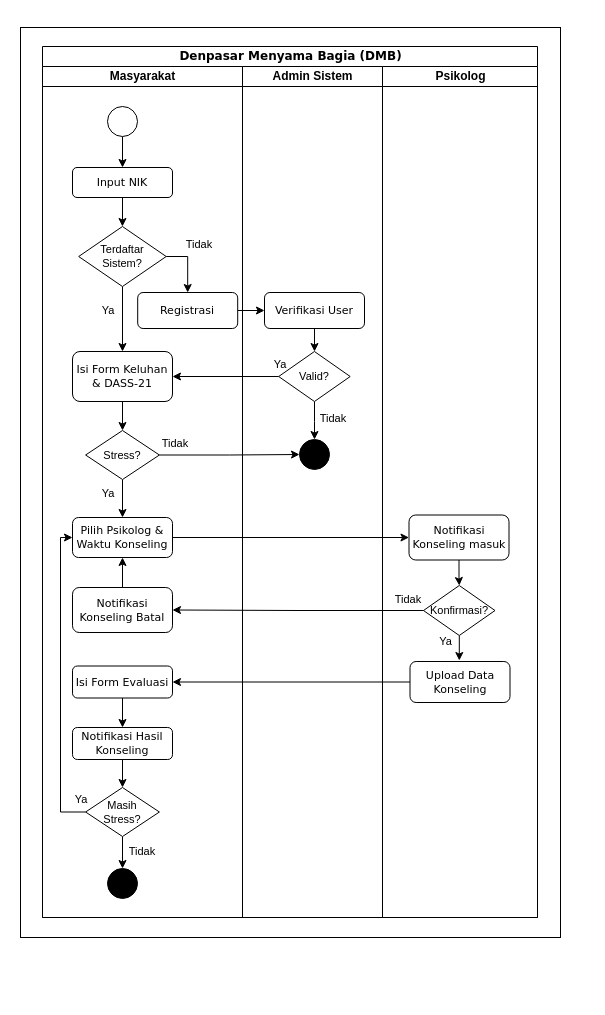
zeneight/drawio keeps this draw.io diagram as env_designs/dactivity_dmb.drawio. Above is the earlier version. Source tidied: cells renumbered, new cells numbered last; positions are measured from the earlier drawing's top-left corner, leaving out a move shared by most shapes. Both pictures are drawn from the tidied source at 100%, with x=0, y=0 at pixel (20, 27).
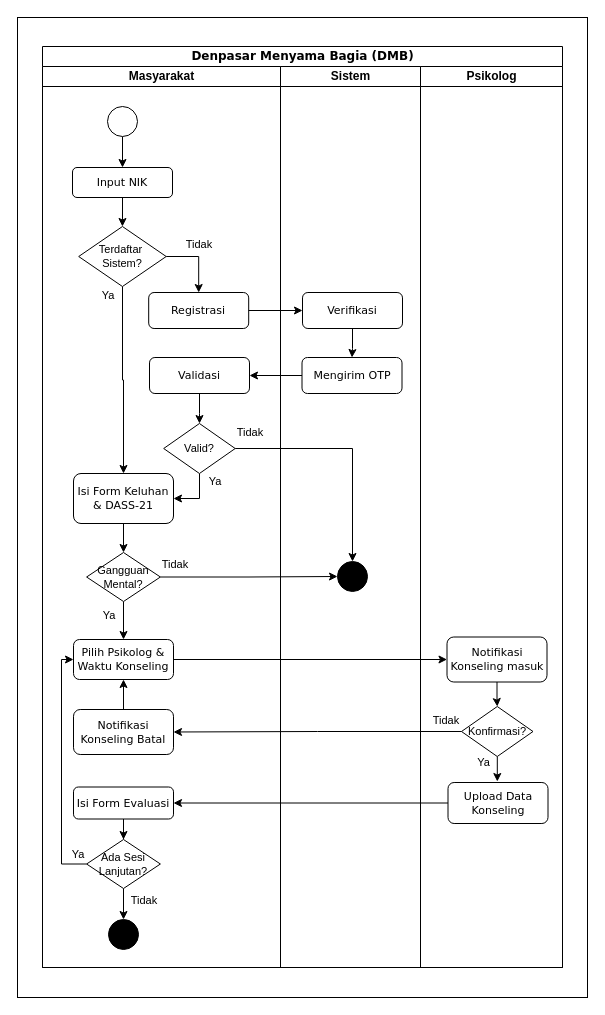
Above is the later version.

Diff of the diagram source:
```diff
@@
     <mxCell id="2" style="rounded=0;whiteSpace=wrap;html=1;fillColor=none;" parent="1" vertex="1">
-      <mxGeometry width="540" height="910" as="geometry" />
+      <mxGeometry x="-3" y="-10" width="570" height="980" as="geometry" />
     </mxCell>
     <mxCell id="3" value="&lt;font style=&quot;font-size: 12px;&quot;&gt;Denpasar Menyama Bagia (DMB)&lt;/font&gt;" style="swimlane;html=1;startSize=20;rounded=0;shadow=0;labelBackgroundColor=none;strokeWidth=1;fontFamily=Verdana;fontSize=8;align=center;" parent="1" vertex="1">
-      <mxGeometry x="22" y="19" width="495" height="871" as="geometry" />
+      <mxGeometry x="22" y="19" width="520" height="921" as="geometry" />
     </mxCell>
     <mxCell id="4" value="Masyarakat" style="swimlane;html=1;startSize=20;" parent="3" vertex="1">
-      <mxGeometry y="20" width="200" height="851" as="geometry" />
+      <mxGeometry y="20" width="238" height="901" as="geometry" />
     </mxCell>
@@
-    <mxCell id="9" style="edgeStyle=orthogonalEdgeStyle;rounded=0;jettySize=auto;html=1;" parent="4" edge="1" source="10" target="32">
-      <mxGeometry relative="1" as="geometry" />
-    </mxCell>
     <mxCell id="10" value="&lt;font style=&quot;font-size: 11px;&quot;&gt;Isi Form Evaluasi&lt;/font&gt;" style="rounded=1;whiteSpace=wrap;html=1;shadow=0;labelBackgroundColor=none;strokeWidth=1;fontFamily=Verdana;fontSize=8;align=center;" parent="4" vertex="1">
-      <mxGeometry x="30" y="599.5" width="100" height="32" as="geometry" />
+      <mxGeometry x="31" y="720.5" width="100" height="32" as="geometry" />
     </mxCell>
@@
     <mxCell id="12" value="&lt;font style=&quot;font-size: 11px;&quot;&gt;Isi Form Keluhan &amp;amp; DASS-21&lt;br&gt;&lt;/font&gt;" style="rounded=1;whiteSpace=wrap;html=1;shadow=0;labelBackgroundColor=none;strokeWidth=1;fontFamily=Verdana;fontSize=8;align=center;" parent="4" vertex="1">
-      <mxGeometry x="30" y="285" width="100" height="50" as="geometry" />
+      <mxGeometry x="31" y="407" width="100" height="50" as="geometry" />
     </mxCell>
@@
     <mxCell id="14" style="edgeStyle=orthogonalEdgeStyle;rounded=0;jettySize=auto;html=1;entryX=0.5;entryY=0;entryDx=0;entryDy=0;" parent="4" edge="1" source="15" target="16">
       <mxGeometry relative="1" as="geometry">
         <Array as="points">
-          <mxPoint x="145" y="190" />
+          <mxPoint x="156" y="190" />
         </Array>
       </mxGeometry>
     </mxCell>
-    <mxCell id="15" value="Terdaftar Sistem?" style="rhombus;whiteSpace=wrap;html=1;fontSize=11;" parent="4" vertex="1">
+    <mxCell id="15" value="&lt;div&gt;Terdaftar&amp;nbsp;&lt;/div&gt;&lt;div&gt;Sistem?&lt;/div&gt;" style="rhombus;whiteSpace=wrap;html=1;fontSize=11;" parent="4" vertex="1">
       <mxGeometry x="36.2" y="160" width="87.5" height="60" as="geometry" />
     </mxCell>
     <mxCell id="16" value="&lt;font style=&quot;font-size: 11px;&quot;&gt;Registrasi&lt;/font&gt;" style="rounded=1;whiteSpace=wrap;html=1;shadow=0;labelBackgroundColor=none;strokeWidth=1;fontFamily=Verdana;fontSize=8;align=center;" parent="4" vertex="1">
-      <mxGeometry x="95.2" y="226" width="100" height="36" as="geometry" />
+      <mxGeometry x="106.2" y="226" width="100" height="36" as="geometry" />
     </mxCell>
@@
     <mxCell id="18" value="&lt;font style=&quot;font-size: 11px;&quot;&gt;Pilih Psikolog &amp;amp; Waktu Konseling&lt;/font&gt;" style="rounded=1;whiteSpace=wrap;html=1;shadow=0;labelBackgroundColor=none;strokeWidth=1;fontFamily=Verdana;fontSize=8;align=center;" parent="4" vertex="1">
-      <mxGeometry x="30" y="451" width="100" height="40" as="geometry" />
+      <mxGeometry x="31" y="573" width="100" height="40" as="geometry" />
     </mxCell>
@@
-    <mxCell id="20" value="Stress?" style="rhombus;whiteSpace=wrap;html=1;fontSize=11;" parent="4" vertex="1">
-      <mxGeometry x="43.1" y="364" width="73.8" height="49" as="geometry" />
+    <mxCell id="20" value="Gangguan Mental?" style="rhombus;whiteSpace=wrap;html=1;fontSize=11;" parent="4" vertex="1">
+      <mxGeometry x="44.1" y="486" width="73.8" height="49" as="geometry" />
     </mxCell>
     <mxCell id="21" value="Ya" style="text;html=1;strokeColor=none;fillColor=none;align=center;verticalAlign=middle;whiteSpace=wrap;rounded=0;fontSize=11;" parent="4" vertex="1">
-      <mxGeometry x="36" y="412" width="60" height="30" as="geometry" />
+      <mxGeometry x="37" y="534" width="60" height="30" as="geometry" />
     </mxCell>
     <mxCell id="22" value="Tidak" style="text;html=1;strokeColor=none;fillColor=none;align=center;verticalAlign=middle;whiteSpace=wrap;rounded=0;fontSize=11;" parent="4" vertex="1">
-      <mxGeometry x="103" y="362" width="60" height="30" as="geometry" />
+      <mxGeometry x="103" y="483" width="60" height="30" as="geometry" />
     </mxCell>
@@
     <mxCell id="24" value="&lt;div&gt;&lt;font style=&quot;font-size: 11px;&quot;&gt;Notifikasi Konseling Batal&lt;br&gt;&lt;/font&gt;&lt;/div&gt;" style="rounded=1;whiteSpace=wrap;html=1;shadow=0;labelBackgroundColor=none;strokeWidth=1;fontFamily=Verdana;fontSize=8;align=center;" parent="4" vertex="1">
-      <mxGeometry x="30" y="521" width="100" height="45" as="geometry" />
+      <mxGeometry x="31" y="643" width="100" height="45" as="geometry" />
     </mxCell>
     <mxCell id="25" style="edgeStyle=orthogonalEdgeStyle;rounded=0;jettySize=auto;html=1;entryX=0;entryY=0.5;entryDx=0;entryDy=0;" parent="4" edge="1" source="27" target="18">
       <mxGeometry relative="1" as="geometry">
         <Array as="points">
-          <mxPoint x="18" y="746" />
-          <mxPoint x="18" y="471" />
+          <mxPoint x="19" y="798" />
+          <mxPoint x="19" y="593" />
         </Array>
       </mxGeometry>
     </mxCell>
-    <mxCell id="26" style="edgeStyle=orthogonalEdgeStyle;rounded=0;jettySize=auto;html=1;entryX=0;entryY=0.5;entryDx=0;entryDy=0;" parent="4" edge="1" source="27" target="29">
+    <mxCell id="26" style="edgeStyle=orthogonalEdgeStyle;rounded=0;jettySize=auto;html=1;" parent="4" edge="1" source="27" target="29">
       <mxGeometry relative="1" as="geometry" />
     </mxCell>
-    <mxCell id="27" value="&lt;div&gt;Masih&lt;/div&gt;&lt;div&gt;Stress?&lt;/div&gt;" style="rhombus;whiteSpace=wrap;html=1;fontSize=11;" parent="4" vertex="1">
-      <mxGeometry x="43.1" y="721" width="73.8" height="49" as="geometry" />
+    <mxCell id="27" value="Ada Sesi Lanjutan?" style="rhombus;whiteSpace=wrap;html=1;fontSize=11;" parent="4" vertex="1">
+      <mxGeometry x="44.1" y="773" width="73.8" height="49" as="geometry" />
     </mxCell>
     <mxCell id="28" value="Ya" style="text;html=1;strokeColor=none;fillColor=none;align=center;verticalAlign=middle;whiteSpace=wrap;rounded=0;fontSize=11;" parent="4" vertex="1">
-      <mxGeometry x="9" y="718" width="60" height="30" as="geometry" />
+      <mxGeometry x="6" y="773" width="60" height="30" as="geometry" />
     </mxCell>
     <mxCell id="29" style="ellipse;whiteSpace=wrap;html=1;fontSize=8;fontFamily=Verdana;rounded=1;shadow=0;labelBackgroundColor=none;strokeWidth=1;direction=south;fillColor=#000000;" parent="4" vertex="1">
-      <mxGeometry x="65" y="802" width="30" height="30" as="geometry" />
+      <mxGeometry x="66" y="853" width="30" height="30" as="geometry" />
     </mxCell>
     <mxCell id="30" value="Tidak" style="text;html=1;strokeColor=none;fillColor=none;align=center;verticalAlign=middle;whiteSpace=wrap;rounded=0;fontSize=11;" parent="4" vertex="1">
-      <mxGeometry x="70" y="770" width="60" height="30" as="geometry" />
+      <mxGeometry x="72" y="819" width="60" height="30" as="geometry" />
     </mxCell>
-    <mxCell id="31" style="edgeStyle=orthogonalEdgeStyle;rounded=0;jettySize=auto;html=1;" parent="4" edge="1" source="32" target="27">
+    <mxCell id="31" style="edgeStyle=orthogonalEdgeStyle;rounded=0;jettySize=auto;html=1;exitX=0.5;exitY=1;exitDx=0;exitDy=0;" parent="4" edge="1" source="10" target="27">
       <mxGeometry relative="1" as="geometry" />
     </mxCell>
-    <mxCell id="32" value="&lt;font style=&quot;font-size: 11px;&quot;&gt;Notifikasi Hasil Konseling&lt;br&gt;&lt;/font&gt;" style="rounded=1;whiteSpace=wrap;html=1;shadow=0;labelBackgroundColor=none;strokeWidth=1;fontFamily=Verdana;fontSize=8;align=center;" parent="4" vertex="1">
-      <mxGeometry x="30" y="661" width="100" height="32" as="geometry" />
-    </mxCell>
+    <mxCell id="49" style="edgeStyle=orthogonalEdgeStyle;rounded=0;jettySize=auto;html=1;entryX=1;entryY=0.5;entryDx=0;entryDy=0;" parent="4" edge="1" source="37" target="12">
+      <mxGeometry relative="1" as="geometry" />
+    </mxCell>
+    <mxCell id="37" value="Valid?" style="rhombus;whiteSpace=wrap;html=1;fontSize=11;" parent="4" vertex="1">
+      <mxGeometry x="121.2" y="357" width="71.5" height="50" as="geometry" />
+    </mxCell>
+    <mxCell id="56" style="edgeStyle=orthogonalEdgeStyle;rounded=0;jettySize=auto;html=1;" parent="4" edge="1" source="57" target="37">
+      <mxGeometry relative="1" as="geometry" />
+    </mxCell>
+    <mxCell id="57" value="&lt;font style=&quot;font-size: 11px;&quot;&gt;Validasi&lt;/font&gt;" style="rounded=1;whiteSpace=wrap;html=1;shadow=0;labelBackgroundColor=none;strokeWidth=1;fontFamily=Verdana;fontSize=8;align=center;" parent="4" vertex="1">
+      <mxGeometry x="107" y="291" width="100" height="36" as="geometry" />
+    </mxCell>
+    <mxCell id="39" value="Tidak" style="text;html=1;strokeColor=none;fillColor=none;align=center;verticalAlign=middle;whiteSpace=wrap;rounded=0;fontSize=11;" parent="4" vertex="1">
+      <mxGeometry x="178" y="351" width="60" height="30" as="geometry" />
+    </mxCell>
+    <mxCell id="55" value="Ya" style="text;html=1;strokeColor=none;fillColor=none;align=center;verticalAlign=middle;whiteSpace=wrap;rounded=0;fontSize=11;" parent="4" vertex="1">
+      <mxGeometry x="143" y="400" width="60" height="30" as="geometry" />
+    </mxCell>
-    <mxCell id="33" value="Admin Sistem" style="swimlane;html=1;startSize=20;" parent="3" vertex="1">
-      <mxGeometry x="200" y="20" width="140" height="851" as="geometry" />
+    <mxCell id="33" value="Sistem" style="swimlane;html=1;startSize=20;" parent="3" vertex="1">
+      <mxGeometry x="238" y="20" width="140" height="901" as="geometry" />
     </mxCell>
-    <mxCell id="34" style="edgeStyle=orthogonalEdgeStyle;rounded=0;jettySize=auto;html=1;" parent="33" edge="1" source="35" target="37">
-      <mxGeometry relative="1" as="geometry" />
-    </mxCell>
-    <mxCell id="35" value="&lt;font style=&quot;font-size: 11px;&quot;&gt;Verifikasi User&lt;/font&gt;" style="rounded=1;whiteSpace=wrap;html=1;shadow=0;labelBackgroundColor=none;strokeWidth=1;fontFamily=Verdana;fontSize=8;align=center;" parent="33" vertex="1">
+    <mxCell id="35" value="&lt;font style=&quot;font-size: 11px;&quot;&gt;Verifikasi&lt;br&gt;&lt;/font&gt;" style="rounded=1;whiteSpace=wrap;html=1;shadow=0;labelBackgroundColor=none;strokeWidth=1;fontFamily=Verdana;fontSize=8;align=center;" parent="33" vertex="1">
       <mxGeometry x="22" y="226" width="100" height="36" as="geometry" />
     </mxCell>
-    <mxCell id="36" style="edgeStyle=orthogonalEdgeStyle;rounded=0;jettySize=auto;html=1;" parent="33" edge="1" source="37" target="38">
-      <mxGeometry relative="1" as="geometry" />
-    </mxCell>
-    <mxCell id="37" value="Valid?" style="rhombus;whiteSpace=wrap;html=1;fontSize=11;" parent="33" vertex="1">
-      <mxGeometry x="36.2" y="285" width="71.5" height="50" as="geometry" />
-    </mxCell>
     <mxCell id="38" style="ellipse;whiteSpace=wrap;html=1;fontSize=8;fontFamily=Verdana;rounded=1;shadow=0;labelBackgroundColor=none;strokeWidth=1;direction=south;fillColor=#000000;" parent="33" vertex="1">
-      <mxGeometry x="57" y="373" width="30" height="30" as="geometry" />
+      <mxGeometry x="57" y="495" width="30" height="30" as="geometry" />
     </mxCell>
-    <mxCell id="39" value="Tidak" style="text;html=1;strokeColor=none;fillColor=none;align=center;verticalAlign=middle;whiteSpace=wrap;rounded=0;fontSize=11;" parent="33" vertex="1">
-      <mxGeometry x="61" y="337" width="60" height="30" as="geometry" />
-    </mxCell>
+    <mxCell id="58" value="&lt;font style=&quot;font-size: 11px;&quot;&gt;Mengirim OTP&lt;br&gt;&lt;/font&gt;" style="rounded=1;whiteSpace=wrap;html=1;shadow=0;labelBackgroundColor=none;strokeWidth=1;fontFamily=Verdana;fontSize=8;align=center;" parent="33" vertex="1">
+      <mxGeometry x="21.5" y="291" width="100" height="36" as="geometry" />
+    </mxCell>
+    <mxCell id="59" style="edgeStyle=orthogonalEdgeStyle;rounded=0;jettySize=auto;html=1;" parent="33" edge="1" source="35" target="58">
+      <mxGeometry relative="1" as="geometry" />
+    </mxCell>
     <mxCell id="40" value="Psikolog" style="swimlane;html=1;startSize=20;" parent="3" vertex="1">
-      <mxGeometry x="340" y="20" width="155" height="851" as="geometry" />
+      <mxGeometry x="378" y="20" width="142" height="901" as="geometry" />
     </mxCell>
     <mxCell id="41" style="edgeStyle=orthogonalEdgeStyle;rounded=0;jettySize=auto;html=1;" parent="40" edge="1" source="42">
       <mxGeometry relative="1" as="geometry">
-        <mxPoint x="76.8" y="594" as="targetPoint" />
+        <mxPoint x="76.8" y="715" as="targetPoint" />
       </mxGeometry>
     </mxCell>
     <mxCell id="42" value="Konfirmasi?" style="rhombus;whiteSpace=wrap;html=1;fontSize=11;" parent="40" vertex="1">
-      <mxGeometry x="41" y="519" width="71.5" height="50" as="geometry" />
+      <mxGeometry x="41" y="640" width="71.5" height="50" as="geometry" />
     </mxCell>
     <mxCell id="43" value="Tidak" style="text;html=1;strokeColor=none;fillColor=none;align=center;verticalAlign=middle;whiteSpace=wrap;rounded=0;fontSize=11;" parent="40" vertex="1">
-      <mxGeometry x="-4" y="518" width="60" height="30" as="geometry" />
+      <mxGeometry x="-4" y="639" width="60" height="30" as="geometry" />
     </mxCell>
     <mxCell id="44" value="Ya" style="text;html=1;strokeColor=none;fillColor=none;align=center;verticalAlign=middle;whiteSpace=wrap;rounded=0;fontSize=11;" parent="40" vertex="1">
-      <mxGeometry x="44" y="560" width="39" height="30" as="geometry" />
+      <mxGeometry x="44" y="681" width="39" height="30" as="geometry" />
     </mxCell>
     <mxCell id="45" value="&lt;font style=&quot;font-size: 11px;&quot;&gt;Upload Data Konseling&lt;br&gt;&lt;/font&gt;" style="rounded=1;whiteSpace=wrap;html=1;shadow=0;labelBackgroundColor=none;strokeWidth=1;fontFamily=Verdana;fontSize=8;align=center;" parent="40" vertex="1">
-      <mxGeometry x="27.5" y="595" width="100" height="41" as="geometry" />
+      <mxGeometry x="27.5" y="716" width="100" height="41" as="geometry" />
     </mxCell>
     <mxCell id="46" value="&lt;font style=&quot;font-size: 11px;&quot;&gt;Notifikasi&lt;br&gt;Konseling masuk&lt;/font&gt;" style="rounded=1;whiteSpace=wrap;html=1;shadow=0;labelBackgroundColor=none;strokeWidth=1;fontFamily=Verdana;fontSize=8;align=center;" parent="40" vertex="1">
-      <mxGeometry x="26.5" y="448.5" width="100" height="45" as="geometry" />
+      <mxGeometry x="26.5" y="570.5" width="100" height="45" as="geometry" />
     </mxCell>
@@
-    <mxCell id="49" style="edgeStyle=orthogonalEdgeStyle;rounded=0;jettySize=auto;html=1;" parent="3" edge="1" source="37" target="12">
-      <mxGeometry relative="1" as="geometry" />
-    </mxCell>
@@
+    <mxCell id="60" style="edgeStyle=orthogonalEdgeStyle;rounded=0;jettySize=auto;html=1;" parent="3" edge="1" source="58" target="57">
+      <mxGeometry relative="1" as="geometry" />
+    </mxCell>
+    <mxCell id="36" style="edgeStyle=orthogonalEdgeStyle;rounded=0;jettySize=auto;html=1;" parent="3" edge="1" source="37" target="38">
+      <mxGeometry relative="1" as="geometry" />
+    </mxCell>
     <mxCell id="54" value="Ya" style="text;html=1;strokeColor=none;fillColor=none;align=center;verticalAlign=middle;whiteSpace=wrap;rounded=0;fontSize=11;" parent="1" vertex="1">
-      <mxGeometry x="58.2" y="268" width="60" height="30" as="geometry" />
+      <mxGeometry x="58.2" y="253" width="60" height="30" as="geometry" />
     </mxCell>
-    <mxCell id="55" value="Ya" style="text;html=1;strokeColor=none;fillColor=none;align=center;verticalAlign=middle;whiteSpace=wrap;rounded=0;fontSize=11;" parent="1" vertex="1">
-      <mxGeometry x="230" y="322" width="60" height="30" as="geometry" />
-    </mxCell>
```
